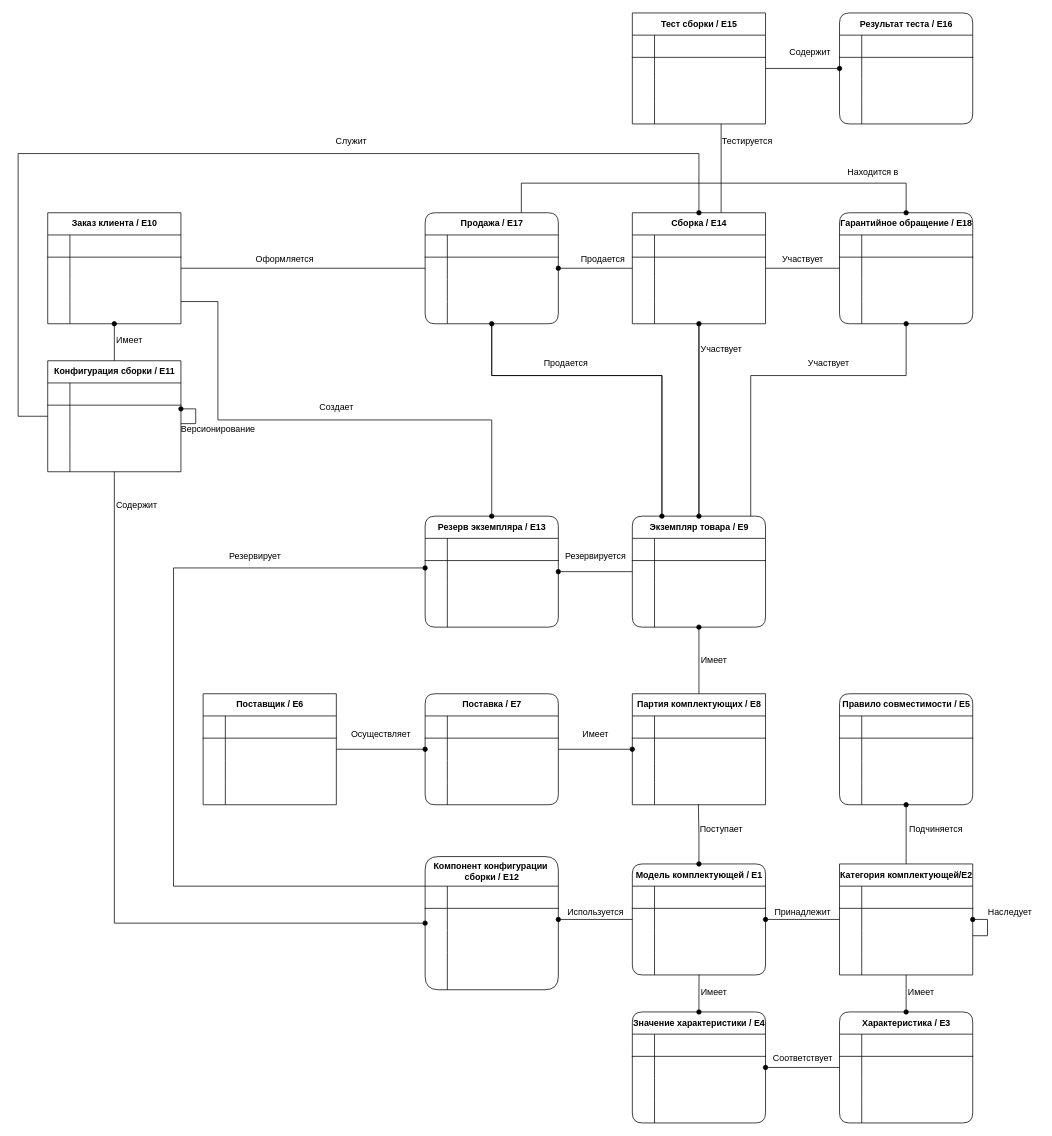
Earlier version of the draw.io diagram reports/resources/2_report/ER.drawio (ANV3L/DB). Source tidied: cells renumbered, new cells numbered last; positions are measured from the earlier drawing's top-left corner, leaving out a move shared by most shapes. Both pictures are drawn from the tidied source at 74%, with x=0, y=0 at pixel (18, 13).
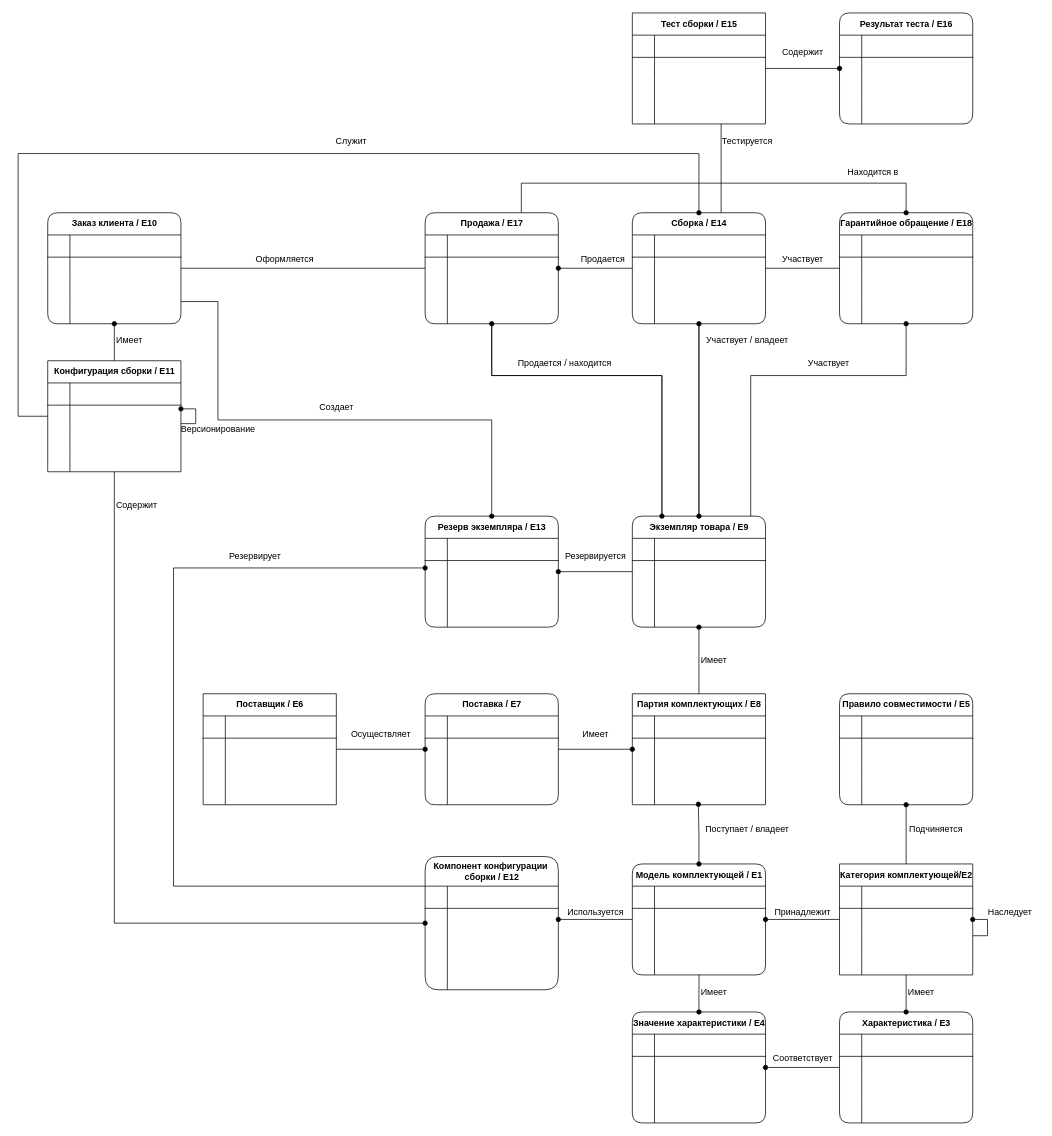
After the change.

Commit message:
reports: complete ER-diagram

Unchanged cells that the change refers to:
```xml
<mxCell id="2" value="Модель комплектующей / E1" style="shape=table;startSize=30;childLayout=tableLayout;rowLines=0;fontStyle=1;align=center;html=1;rounded=1;" parent="1" vertex="1">
  <mxGeometry x="830" y="1150" width="180" height="150" as="geometry" />
</mxCell>
<mxCell id="53" style="shape=tableRow;horizontal=0;startSize=0;swimlaneHead=0;swimlaneBody=0;fillColor=none;points=[[0,0.5],[1,0.5]];portConstraint=eastwest;top=0;left=0;right=0;bottom=0;" parent="43" vertex="1">
  <mxGeometry y="120" width="180" height="30" as="geometry" />
</mxCell>
```

Change to the diagram source:
```diff
@@
-    <mxCell id="56" style="endArrow=none;html=1;rounded=0;align=center;verticalAlign=top;endFill=0;labelBackgroundColor=none;endSize=6;startArrow=oval;startFill=1;edgeStyle=orthogonalEdgeStyle;exitX=0.5;exitY=0;exitDx=0;exitDy=0;entryX=0.496;entryY=0.978;entryDx=0;entryDy=0;entryPerimeter=0;" parent="1" edge="1" source="2" target="53">
+    <mxCell id="56" style="endArrow=oval;html=1;rounded=0;align=center;verticalAlign=top;endFill=1;labelBackgroundColor=none;endSize=6;startArrow=oval;startFill=1;edgeStyle=orthogonalEdgeStyle;exitX=0.5;exitY=0;exitDx=0;exitDy=0;entryX=0.496;entryY=0.978;entryDx=0;entryDy=0;entryPerimeter=0;" parent="1" edge="1" source="2" target="53">
       <mxGeometry relative="1" as="geometry" />
     </mxCell>
@@
-    <mxCell id="156" value="Сборка / E14" style="shape=table;startSize=30;childLayout=tableLayout;rowLines=0;fontStyle=1;align=center;html=1;rounded=0;" parent="1" vertex="1">
+    <mxCell id="156" value="Сборка / E14" style="shape=table;startSize=30;childLayout=tableLayout;rowLines=0;fontStyle=1;align=center;html=1;rounded=1;" parent="1" vertex="1">
       <mxGeometry x="830" y="270" width="180" height="150" as="geometry" />
     </mxCell>
@@
-    <mxCell id="200" value="Заказ клиента / E10" style="shape=table;startSize=30;childLayout=tableLayout;rowLines=0;fontStyle=1;align=center;html=1;rounded=0;" parent="1" vertex="1">
+    <mxCell id="200" value="Заказ клиента / E10" style="shape=table;startSize=30;childLayout=tableLayout;rowLines=0;fontStyle=1;align=center;html=1;rounded=1;" parent="1" vertex="1">
       <mxGeometry x="40" y="270" width="180" height="150" as="geometry" />
     </mxCell>
@@
-    <mxCell id="268" value="Поступает" style="text;html=1;align=center;verticalAlign=middle;strokeColor=none;fillColor=none;" parent="1" vertex="1">
-      <mxGeometry x="910" y="1088" width="80" height="30" as="geometry" />
+    <mxCell id="268" value="Поступает / владеет" style="text;html=1;align=center;verticalAlign=middle;strokeColor=none;fillColor=none;" parent="1" vertex="1">
+      <mxGeometry x="915" y="1088" width="140" height="30" as="geometry" />
     </mxCell>
@@
-    <mxCell id="277" value="Продается" style="text;html=1;align=center;verticalAlign=middle;strokeColor=none;fillColor=none;" parent="1" vertex="1">
-      <mxGeometry x="700" y="458" width="80" height="30" as="geometry" />
+    <mxCell id="277" value="Продается / находится&amp;nbsp;" style="text;html=1;align=center;verticalAlign=middle;strokeColor=none;fillColor=none;" parent="1" vertex="1">
+      <mxGeometry x="665" y="458" width="150" height="30" as="geometry" />
     </mxCell>
-    <mxCell id="278" value="Участвует" style="text;html=1;align=center;verticalAlign=middle;strokeColor=none;fillColor=none;" parent="1" vertex="1">
-      <mxGeometry x="910" y="440" width="80" height="30" as="geometry" />
+    <mxCell id="278" value="Участвует / владеет" style="text;html=1;align=center;verticalAlign=middle;strokeColor=none;fillColor=none;" parent="1" vertex="1">
+      <mxGeometry x="920" y="428" width="130" height="30" as="geometry" />
     </mxCell>
@@
     <mxCell id="290" value="Содержит" style="text;html=1;align=center;verticalAlign=middle;strokeColor=none;fillColor=none;" parent="1" vertex="1">
-      <mxGeometry x="1030" y="38" width="80" height="30" as="geometry" />
+      <mxGeometry x="1020" y="38" width="80" height="30" as="geometry" />
     </mxCell>
```
